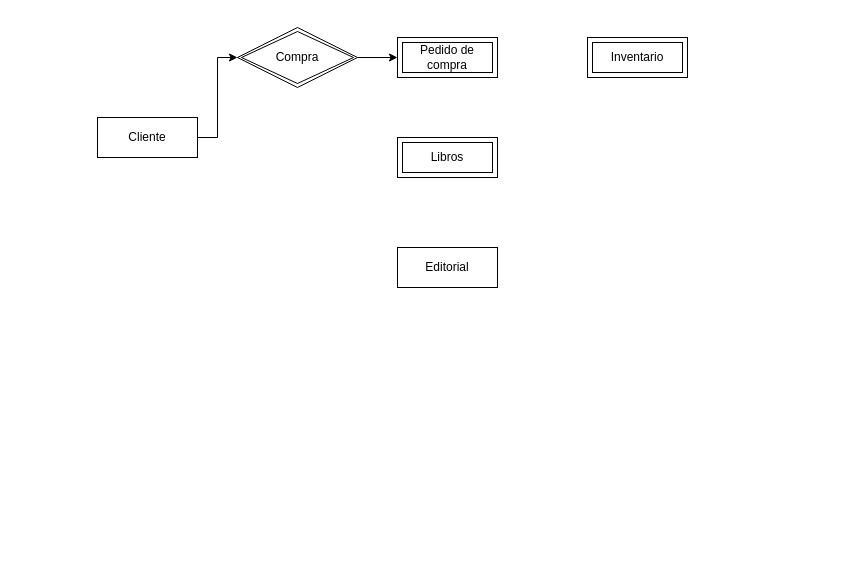
Above: Diagrama sin título.drawio in valerojuan18/pythonForDataScience (draw.io), before the change. Source tidied: cells renumbered, new cells numbered last; positions are measured from the earlier drawing's top-left corner, leaving out a move shared by most shapes. Both pictures are drawn from the tidied source at 100%, with x=0, y=0 at pixel (97, 27).
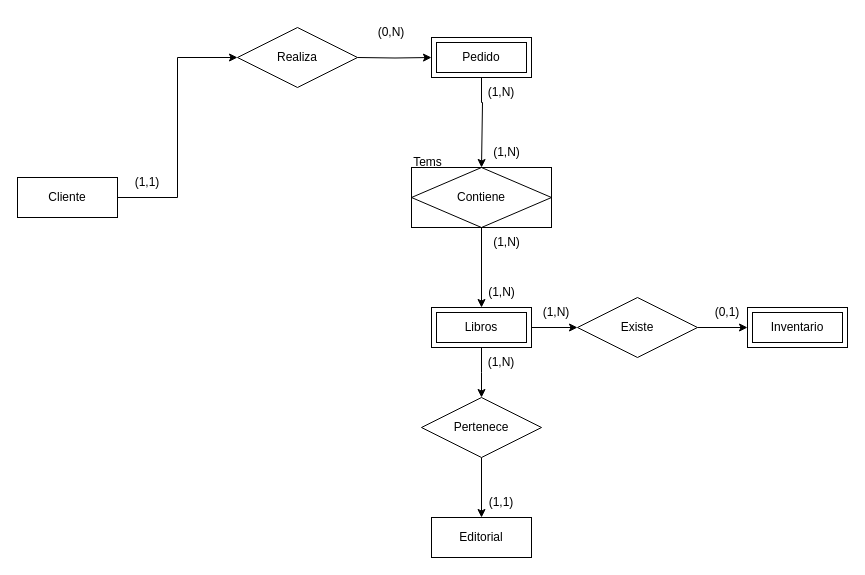
After the change.

What changed in the source:
```diff
@@
-    <mxCell id="2" style="edgeStyle=orthogonalEdgeStyle;rounded=0;jettySize=auto;html=1;exitX=1;exitY=0.5;exitDx=0;exitDy=0;entryX=0;entryY=0.5;entryDx=0;entryDy=0;" parent="1" edge="1" source="3" target="9">
+    <mxCell id="2" style="edgeStyle=orthogonalEdgeStyle;rounded=0;jettySize=auto;html=1;exitX=1;exitY=0.5;exitDx=0;exitDy=0;entryX=0;entryY=0.5;entryDx=0;entryDy=0;" parent="1" edge="1" source="3" target="14">
       <mxGeometry relative="1" as="geometry" />
     </mxCell>
     <mxCell id="3" value="Cliente" style="whiteSpace=wrap;html=1;align=center;" parent="1" vertex="1">
-      <mxGeometry y="90" width="100" height="40" as="geometry" />
+      <mxGeometry x="-80" y="150" width="100" height="40" as="geometry" />
     </mxCell>
+    <mxCell id="10" style="edgeStyle=orthogonalEdgeStyle;rounded=0;jettySize=auto;html=1;exitX=0.5;exitY=1;exitDx=0;exitDy=0;entryX=0.5;entryY=0;entryDx=0;entryDy=0;" parent="1" edge="1" source="4">
+      <mxGeometry relative="1" as="geometry">
+        <mxPoint x="384" y="370" as="targetPoint" />
+      </mxGeometry>
+    </mxCell>
+    <mxCell id="11" style="edgeStyle=orthogonalEdgeStyle;rounded=0;jettySize=auto;html=1;exitX=1;exitY=0.5;exitDx=0;exitDy=0;entryX=0;entryY=0.5;entryDx=0;entryDy=0;" parent="1" edge="1" source="4" target="24">
+      <mxGeometry relative="1" as="geometry" />
+    </mxCell>
     <mxCell id="4" value="Libros" style="shape=ext;margin=3;double=1;whiteSpace=wrap;html=1;align=center;" parent="1" vertex="1">
-      <mxGeometry x="300" y="110" width="100" height="40" as="geometry" />
+      <mxGeometry x="334" y="280" width="100" height="40" as="geometry" />
     </mxCell>
     <mxCell id="5" value="Editorial" style="whiteSpace=wrap;html=1;align=center;" parent="1" vertex="1">
-      <mxGeometry x="300" y="220" width="100" height="40" as="geometry" />
+      <mxGeometry x="334" y="490" width="100" height="40" as="geometry" />
     </mxCell>
     <mxCell id="6" value="Inventario" style="shape=ext;margin=3;double=1;whiteSpace=wrap;html=1;align=center;" parent="1" vertex="1">
-      <mxGeometry x="490" y="10" width="100" height="40" as="geometry" />
+      <mxGeometry x="650" y="280" width="100" height="40" as="geometry" />
     </mxCell>
+    <mxCell id="12" style="edgeStyle=orthogonalEdgeStyle;rounded=0;jettySize=auto;html=1;exitX=0.5;exitY=1;exitDx=0;exitDy=0;entryX=0.5;entryY=0;entryDx=0;entryDy=0;" parent="1" edge="1" source="7" target="27">
+      <mxGeometry relative="1" as="geometry">
+        <Array as="points">
+          <mxPoint x="384" y="75" />
+          <mxPoint x="385" y="140" />
+        </Array>
+      </mxGeometry>
+    </mxCell>
-    <mxCell id="7" value="Pedido de compra" style="shape=ext;margin=3;double=1;whiteSpace=wrap;html=1;align=center;" parent="1" vertex="1">
-      <mxGeometry x="300" y="10" width="100" height="40" as="geometry" />
+    <mxCell id="7" value="Pedido" style="shape=ext;margin=3;double=1;whiteSpace=wrap;html=1;align=center;" parent="1" vertex="1">
+      <mxGeometry x="334" y="10" width="100" height="40" as="geometry" />
     </mxCell>
-    <mxCell id="8" style="edgeStyle=orthogonalEdgeStyle;rounded=0;jettySize=auto;html=1;exitX=1;exitY=0.5;exitDx=0;exitDy=0;entryX=0;entryY=0.5;entryDx=0;entryDy=0;" parent="1" edge="1" source="9" target="7">
-      <mxGeometry relative="1" as="geometry" />
+    <mxCell id="8" style="edgeStyle=orthogonalEdgeStyle;rounded=0;jettySize=auto;html=1;exitX=1;exitY=0.5;exitDx=0;exitDy=0;entryX=0;entryY=0.5;entryDx=0;entryDy=0;" parent="1" edge="1" target="7">
+      <mxGeometry relative="1" as="geometry">
+        <mxPoint x="260" y="30" as="sourcePoint" />
+      </mxGeometry>
     </mxCell>
-    <mxCell id="9" value="Compra" style="shape=rhombus;double=1;perimeter=rhombusPerimeter;whiteSpace=wrap;html=1;align=center;" parent="1" vertex="1">
-      <mxGeometry x="140" width="120" height="60" as="geometry" />
-    </mxCell>
+    <mxCell id="13" style="edgeStyle=orthogonalEdgeStyle;rounded=0;jettySize=auto;html=1;exitX=0.5;exitY=1;exitDx=0;exitDy=0;" parent="1" edge="1" source="27" target="4">
+      <mxGeometry relative="1" as="geometry" />
+    </mxCell>
+    <mxCell id="14" value="Realiza" style="shape=rhombus;perimeter=rhombusPerimeter;whiteSpace=wrap;html=1;align=center;" parent="1" vertex="1">
+      <mxGeometry x="140" width="120" height="60" as="geometry" />
+    </mxCell>
+    <mxCell id="15" style="edgeStyle=orthogonalEdgeStyle;rounded=0;jettySize=auto;html=1;exitX=0.5;exitY=1;exitDx=0;exitDy=0;" parent="1" edge="1" source="16" target="5">
+      <mxGeometry relative="1" as="geometry" />
+    </mxCell>
+    <mxCell id="16" value="Pertenece" style="shape=rhombus;perimeter=rhombusPerimeter;whiteSpace=wrap;html=1;align=center;" parent="1" vertex="1">
+      <mxGeometry x="324" y="370" width="120" height="60" as="geometry" />
+    </mxCell>
+    <mxCell id="17" value="(1,1)" style="text;html=1;align=center;verticalAlign=middle;whiteSpace=wrap;rounded=0;" parent="1" vertex="1">
+      <mxGeometry x="20" y="140" width="60" height="30" as="geometry" />
+    </mxCell>
+    <mxCell id="18" value="(0,N)" style="text;html=1;align=center;verticalAlign=middle;whiteSpace=wrap;rounded=0;" parent="1" vertex="1">
+      <mxGeometry x="264" y="-10" width="60" height="30" as="geometry" />
+    </mxCell>
+    <mxCell id="19" value="(1,N)" style="text;html=1;align=center;verticalAlign=middle;whiteSpace=wrap;rounded=0;" parent="1" vertex="1">
+      <mxGeometry x="374" y="50" width="60" height="30" as="geometry" />
+    </mxCell>
+    <mxCell id="20" value="(1,N)" style="text;html=1;align=center;verticalAlign=middle;whiteSpace=wrap;rounded=0;" parent="1" vertex="1">
+      <mxGeometry x="374" y="320" width="60" height="30" as="geometry" />
+    </mxCell>
+    <mxCell id="21" value="(1,N)" style="text;html=1;align=center;verticalAlign=middle;strokeColor=none;fillColor=none;" parent="1" vertex="1">
+      <mxGeometry x="379" y="250" width="50" height="30" as="geometry" />
+    </mxCell>
+    <mxCell id="22" value="(1,1)" style="text;html=1;align=center;verticalAlign=middle;whiteSpace=wrap;rounded=0;" parent="1" vertex="1">
+      <mxGeometry x="374" y="460" width="60" height="30" as="geometry" />
+    </mxCell>
+    <mxCell id="23" style="edgeStyle=orthogonalEdgeStyle;rounded=0;jettySize=auto;html=1;exitX=1;exitY=0.5;exitDx=0;exitDy=0;entryX=0;entryY=0.5;entryDx=0;entryDy=0;" parent="1" edge="1" source="24" target="6">
+      <mxGeometry relative="1" as="geometry" />
+    </mxCell>
+    <mxCell id="24" value="Existe" style="shape=rhombus;perimeter=rhombusPerimeter;whiteSpace=wrap;html=1;align=center;" parent="1" vertex="1">
+      <mxGeometry x="480" y="270" width="120" height="60" as="geometry" />
+    </mxCell>
+    <mxCell id="25" value="(1,N)" style="text;html=1;align=center;verticalAlign=middle;whiteSpace=wrap;rounded=0;" parent="1" vertex="1">
+      <mxGeometry x="429" y="270" width="60" height="30" as="geometry" />
+    </mxCell>
+    <mxCell id="26" value="(0,1)" style="text;html=1;align=center;verticalAlign=middle;whiteSpace=wrap;rounded=0;" parent="1" vertex="1">
+      <mxGeometry x="600" y="270" width="60" height="30" as="geometry" />
+    </mxCell>
+    <mxCell id="27" value="&lt;font&gt;Contiene&lt;/font&gt;" style="shape=associativeEntity;whiteSpace=wrap;html=1;align=center;" parent="1" vertex="1">
+      <mxGeometry x="314" y="140" width="140" height="60" as="geometry" />
+    </mxCell>
+    <mxCell id="28" value="(1,N)" style="text;html=1;align=center;verticalAlign=middle;strokeColor=none;fillColor=none;" parent="1" vertex="1">
+      <mxGeometry x="384" y="110" width="50" height="30" as="geometry" />
+    </mxCell>
+    <mxCell id="29" value="(1,N)" style="text;html=1;align=center;verticalAlign=middle;strokeColor=none;fillColor=none;" parent="1" vertex="1">
+      <mxGeometry x="384" y="200" width="50" height="30" as="geometry" />
+    </mxCell>
+    <mxCell id="30" value="Tems" style="text;html=1;align=center;verticalAlign=middle;rounded=0;" parent="1" vertex="1">
+      <mxGeometry x="300" y="120" width="60" height="30" as="geometry" />
+    </mxCell>
```
